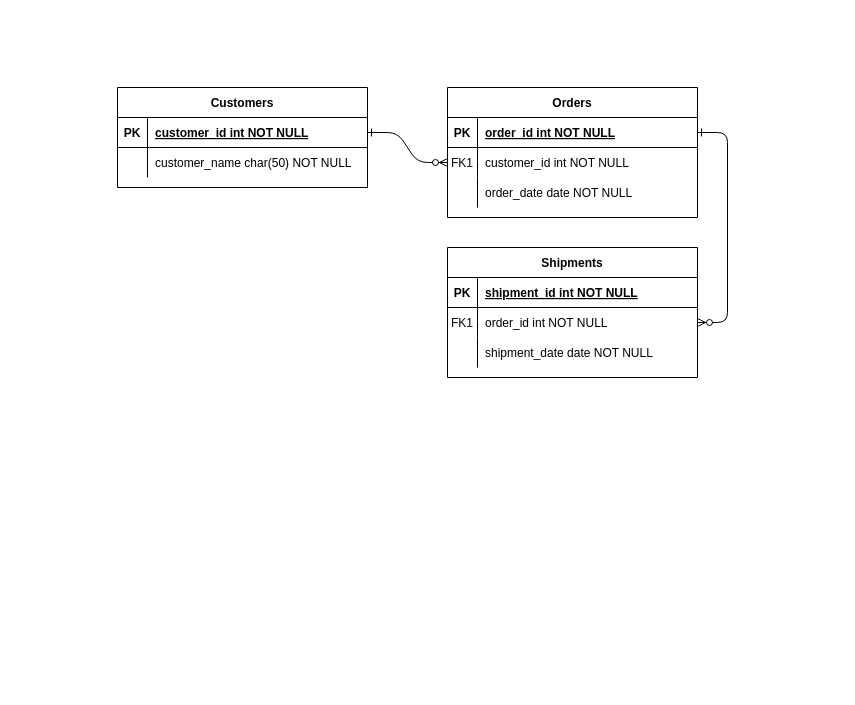
exco-consulting/XCM keeps this draw.io diagram as Untitled Diagram.drawio. Above is the earlier version. Source tidied: cells renumbered, new cells numbered last; positions are measured from the earlier drawing's top-left corner, leaving out a move shared by most shapes. Both pictures are drawn from the tidied source at 100%, with x=0, y=0 at pixel (117, 87).
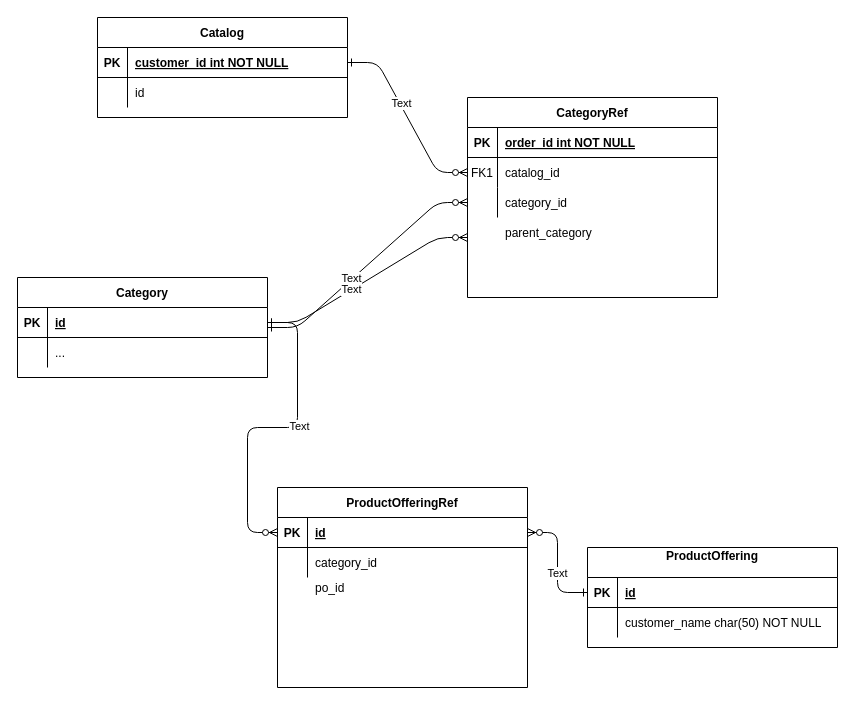
After the change.

Unchanged cells that the change refers to:
```xml
<mxCell id="2" style="edgeStyle=entityRelationEdgeStyle;endArrow=ERzeroToMany;startArrow=ERone;endFill=1;startFill=0;" parent="1" edge="1" source="25" target="8">
  <mxGeometry relative="1" as="geometry" />
</mxCell>
<mxCell id="5" style="shape=partialRectangle;fillColor=none;points=[[0,0.5],[1,0.5]];portConstraint=eastwest;top=0;left=0;right=0;bottom=1;" parent="4" vertex="1">
  <mxGeometry y="30" width="250" height="30" as="geometry" />
</mxCell>
<mxCell id="8" style="shape=partialRectangle;fillColor=none;points=[[0,0.5],[1,0.5]];portConstraint=eastwest;top=0;left=0;right=0;bottom=0;" parent="4" vertex="1">
  <mxGeometry y="60" width="250" height="30" as="geometry" />
</mxCell>
<mxCell id="11" style="shape=partialRectangle;fillColor=none;points=[[0,0.5],[1,0.5]];portConstraint=eastwest;top=0;left=0;right=0;bottom=0;" parent="4" vertex="1">
  <mxGeometry y="90" width="250" height="30" as="geometry" />
</mxCell>
<mxCell id="28" style="shape=partialRectangle;fillColor=none;top=0;left=0;right=0;bottom=0;" parent="24" vertex="1">
  <mxGeometry y="60" width="250" height="30" as="geometry" />
</mxCell>
```

Change to the diagram source:
```diff
@@
-    <mxCell id="3" style="edgeStyle=entityRelationEdgeStyle;endArrow=ERzeroToMany;startArrow=ERone;endFill=1;startFill=0;" parent="1" edge="1" source="5" target="18">
-      <mxGeometry relative="1" as="geometry" />
-    </mxCell>
+    <mxCell id="31" value="Text" style="edgeLabel;html=1;align=center;verticalAlign=middle;" parent="2" vertex="1">
+      <mxGeometry x="-0.17" y="1" relative="1" as="geometry" />
+    </mxCell>
-    <mxCell id="4" value="Orders" style="shape=table;startSize=30;childLayout=tableLayout;rowLines=0;fontStyle=1;align=center;" parent="1" vertex="1">
-      <mxGeometry x="330" width="250" height="130" as="geometry" />
+    <mxCell id="4" value="CategoryRef" style="shape=table;startSize=30;childLayout=tableLayout;rowLines=0;fontStyle=1;align=center;" parent="1" vertex="1">
+      <mxGeometry x="350" y="10" width="250" height="200" as="geometry" />
     </mxCell>
@@
-    <mxCell id="10" value="customer_id int NOT NULL" style="shape=partialRectangle;overflow=hidden;fillColor=none;top=0;left=0;bottom=0;right=0;align=left;spacingLeft=6;" parent="8" vertex="1">
+    <mxCell id="10" value="catalog_id" style="shape=partialRectangle;overflow=hidden;fillColor=none;top=0;left=0;bottom=0;right=0;align=left;spacingLeft=6;" parent="8" vertex="1">
       <mxGeometry x="30" width="220" height="30" as="geometry" />
     </mxCell>
@@
-    <mxCell id="13" value="order_date date NOT NULL" style="shape=partialRectangle;overflow=hidden;fillColor=none;top=0;left=0;bottom=0;right=0;align=left;spacingLeft=6;" parent="11" vertex="1">
+    <mxCell id="13" value="category_id" style="shape=partialRectangle;overflow=hidden;fillColor=none;top=0;left=0;bottom=0;right=0;align=left;spacingLeft=6;" parent="11" vertex="1">
       <mxGeometry x="30" width="220" height="30" as="geometry" />
     </mxCell>
-    <mxCell id="14" value="Shipments" style="shape=table;startSize=30;childLayout=tableLayout;rowLines=0;fontStyle=1;align=center;" parent="1" vertex="1">
-      <mxGeometry x="330" y="160" width="250" height="130" as="geometry" />
-    </mxCell>
-    <mxCell id="15" style="shape=partialRectangle;fillColor=none;top=0;left=0;right=0;bottom=1;" parent="14" vertex="1">
-      <mxGeometry y="30" width="250" height="30" as="geometry" />
-    </mxCell>
-    <mxCell id="16" value="PK" style="shape=partialRectangle;overflow=hidden;fillColor=none;top=0;left=0;bottom=0;right=0;fontStyle=1;" parent="15" vertex="1">
-      <mxGeometry width="30" height="30" as="geometry" />
-    </mxCell>
-    <mxCell id="17" value="shipment_id int NOT NULL " style="shape=partialRectangle;overflow=hidden;fillColor=none;top=0;left=0;bottom=0;right=0;align=left;spacingLeft=6;fontStyle=5;" parent="15" vertex="1">
-      <mxGeometry x="30" width="220" height="30" as="geometry" />
-    </mxCell>
-    <mxCell id="18" style="shape=partialRectangle;fillColor=none;points=[[0,0.5],[1,0.5]];portConstraint=eastwest;top=0;left=0;right=0;bottom=0;" parent="14" vertex="1">
-      <mxGeometry y="60" width="250" height="30" as="geometry" />
-    </mxCell>
-    <mxCell id="19" value="FK1" style="shape=partialRectangle;overflow=hidden;fillColor=none;top=0;left=0;bottom=0;right=0;" parent="18" vertex="1">
-      <mxGeometry width="30" height="30" as="geometry" />
-    </mxCell>
-    <mxCell id="20" value="order_id int NOT NULL" style="shape=partialRectangle;overflow=hidden;fillColor=none;top=0;left=0;bottom=0;right=0;align=left;spacingLeft=6;" parent="18" vertex="1">
-      <mxGeometry x="30" width="220" height="30" as="geometry" />
-    </mxCell>
-    <mxCell id="21" style="shape=partialRectangle;fillColor=none;top=0;left=0;right=0;bottom=0;" parent="14" vertex="1">
-      <mxGeometry y="90" width="250" height="30" as="geometry" />
-    </mxCell>
-    <mxCell id="22" style="shape=partialRectangle;overflow=hidden;fillColor=none;top=0;left=0;bottom=0;right=0;" parent="21" vertex="1">
-      <mxGeometry width="30" height="30" as="geometry" />
-    </mxCell>
-    <mxCell id="23" value="shipment_date date NOT NULL" style="shape=partialRectangle;overflow=hidden;fillColor=none;top=0;left=0;bottom=0;right=0;align=left;spacingLeft=6;" parent="21" vertex="1">
-      <mxGeometry x="30" width="220" height="30" as="geometry" />
-    </mxCell>
-    <mxCell id="24" value="Customers" style="shape=table;startSize=30;childLayout=tableLayout;rowLines=0;fontStyle=1;align=center;" parent="1" vertex="1">
-      <mxGeometry width="250" height="100" as="geometry" />
+    <mxCell id="24" value="Catalog" style="shape=table;startSize=30;childLayout=tableLayout;rowLines=0;fontStyle=1;align=center;" parent="1" vertex="1">
+      <mxGeometry x="-20" y="-70" width="250" height="100" as="geometry" />
     </mxCell>
@@
-    <mxCell id="30" value="customer_name char(50) NOT NULL" style="shape=partialRectangle;overflow=hidden;fillColor=none;top=0;left=0;bottom=0;right=0;align=left;spacingLeft=6;" parent="28" vertex="1">
+    <mxCell id="30" value="id" style="shape=partialRectangle;overflow=hidden;fillColor=none;top=0;left=0;bottom=0;right=0;align=left;spacingLeft=6;" parent="28" vertex="1">
       <mxGeometry x="30" width="220" height="30" as="geometry" />
     </mxCell>
+    <mxCell id="32" value="Category" style="shape=table;startSize=30;childLayout=tableLayout;rowLines=0;fontStyle=1;align=center;" parent="1" vertex="1">
+      <mxGeometry x="-100" y="190" width="250" height="100" as="geometry" />
+    </mxCell>
+    <mxCell id="33" style="shape=partialRectangle;fillColor=none;points=[[0,0.5],[1,0.5]];portConstraint=eastwest;top=0;left=0;right=0;bottom=1;" parent="32" vertex="1">
+      <mxGeometry y="30" width="250" height="30" as="geometry" />
+    </mxCell>
+    <mxCell id="34" value="PK" style="shape=partialRectangle;overflow=hidden;fillColor=none;top=0;left=0;bottom=0;right=0;fontStyle=1;" parent="33" vertex="1">
+      <mxGeometry width="30" height="30" as="geometry" />
+    </mxCell>
+    <mxCell id="35" value="id" style="shape=partialRectangle;overflow=hidden;fillColor=none;top=0;left=0;bottom=0;right=0;align=left;spacingLeft=6;fontStyle=5;" parent="33" vertex="1">
+      <mxGeometry x="30" width="220" height="30" as="geometry" />
+    </mxCell>
+    <mxCell id="36" style="shape=partialRectangle;fillColor=none;top=0;left=0;right=0;bottom=0;" parent="32" vertex="1">
+      <mxGeometry y="60" width="250" height="30" as="geometry" />
+    </mxCell>
+    <mxCell id="37" style="shape=partialRectangle;overflow=hidden;fillColor=none;top=0;left=0;bottom=0;right=0;" parent="36" vertex="1">
+      <mxGeometry width="30" height="30" as="geometry" />
+    </mxCell>
+    <mxCell id="38" value="..." style="shape=partialRectangle;overflow=hidden;fillColor=none;top=0;left=0;bottom=0;right=0;align=left;spacingLeft=6;" parent="36" vertex="1">
+      <mxGeometry x="30" width="220" height="30" as="geometry" />
+    </mxCell>
+    <mxCell id="39" value="ProductOffering&#10;" style="shape=table;startSize=30;childLayout=tableLayout;rowLines=0;fontStyle=1;align=center;" parent="1" vertex="1">
+      <mxGeometry x="470" y="460" width="250" height="100" as="geometry" />
+    </mxCell>
+    <mxCell id="40" style="shape=partialRectangle;fillColor=none;points=[[0,0.5],[1,0.5]];portConstraint=eastwest;top=0;left=0;right=0;bottom=1;" parent="39" vertex="1">
+      <mxGeometry y="30" width="250" height="30" as="geometry" />
+    </mxCell>
+    <mxCell id="41" value="PK" style="shape=partialRectangle;overflow=hidden;fillColor=none;top=0;left=0;bottom=0;right=0;fontStyle=1;" parent="40" vertex="1">
+      <mxGeometry width="30" height="30" as="geometry" />
+    </mxCell>
+    <mxCell id="42" value="id" style="shape=partialRectangle;overflow=hidden;fillColor=none;top=0;left=0;bottom=0;right=0;align=left;spacingLeft=6;fontStyle=5;" parent="40" vertex="1">
+      <mxGeometry x="30" width="220" height="30" as="geometry" />
+    </mxCell>
+    <mxCell id="43" style="shape=partialRectangle;fillColor=none;top=0;left=0;right=0;bottom=0;" parent="39" vertex="1">
+      <mxGeometry y="60" width="250" height="30" as="geometry" />
+    </mxCell>
+    <mxCell id="44" style="shape=partialRectangle;overflow=hidden;fillColor=none;top=0;left=0;bottom=0;right=0;" parent="43" vertex="1">
+      <mxGeometry width="30" height="30" as="geometry" />
+    </mxCell>
+    <mxCell id="45" value="customer_name char(50) NOT NULL" style="shape=partialRectangle;overflow=hidden;fillColor=none;top=0;left=0;bottom=0;right=0;align=left;spacingLeft=6;" parent="43" vertex="1">
+      <mxGeometry x="30" width="220" height="30" as="geometry" />
+    </mxCell>
+    <mxCell id="46" value="ProductOfferingRef" style="shape=table;startSize=30;childLayout=tableLayout;rowLines=0;fontStyle=1;align=center;" parent="1" vertex="1">
+      <mxGeometry x="160" y="400" width="250" height="200" as="geometry" />
+    </mxCell>
+    <mxCell id="47" style="shape=partialRectangle;fillColor=none;points=[[0,0.5],[1,0.5]];portConstraint=eastwest;top=0;left=0;right=0;bottom=1;" parent="46" vertex="1">
+      <mxGeometry y="30" width="250" height="30" as="geometry" />
+    </mxCell>
+    <mxCell id="48" value="PK" style="shape=partialRectangle;overflow=hidden;fillColor=none;top=0;left=0;bottom=0;right=0;fontStyle=1;" parent="47" vertex="1">
+      <mxGeometry width="30" height="30" as="geometry" />
+    </mxCell>
+    <mxCell id="49" value="id" style="shape=partialRectangle;overflow=hidden;fillColor=none;top=0;left=0;bottom=0;right=0;align=left;spacingLeft=6;fontStyle=5;" parent="47" vertex="1">
+      <mxGeometry x="30" width="220" height="30" as="geometry" />
+    </mxCell>
+    <mxCell id="50" style="shape=partialRectangle;fillColor=none;top=0;left=0;right=0;bottom=0;" parent="46" vertex="1">
+      <mxGeometry y="60" width="250" height="30" as="geometry" />
+    </mxCell>
+    <mxCell id="51" style="shape=partialRectangle;overflow=hidden;fillColor=none;top=0;left=0;bottom=0;right=0;" parent="50" vertex="1">
+      <mxGeometry width="30" height="30" as="geometry" />
+    </mxCell>
+    <mxCell id="52" value="category_id" style="shape=partialRectangle;overflow=hidden;fillColor=none;top=0;left=0;bottom=0;right=0;align=left;spacingLeft=6;" parent="50" vertex="1">
+      <mxGeometry x="30" width="220" height="30" as="geometry" />
+    </mxCell>
+    <mxCell id="53" style="edgeStyle=entityRelationEdgeStyle;endArrow=ERzeroToMany;startArrow=ERone;endFill=1;startFill=0;entryX=0;entryY=0.5;entryDx=0;entryDy=0;" parent="1" edge="1" source="32" target="11">
+      <mxGeometry relative="1" as="geometry" />
+    </mxCell>
+    <mxCell id="54" value="Text" style="edgeLabel;html=1;align=center;verticalAlign=middle;" parent="53" vertex="1">
+      <mxGeometry x="-0.17" y="1" relative="1" as="geometry" />
+    </mxCell>
+    <mxCell id="55" style="shape=partialRectangle;overflow=hidden;fillColor=none;top=0;left=0;bottom=0;right=0;" parent="1" vertex="1">
+      <mxGeometry x="350" y="130" width="30" height="30" as="geometry" />
+    </mxCell>
+    <mxCell id="56" value="parent_category" style="shape=partialRectangle;overflow=hidden;fillColor=none;top=0;left=0;bottom=0;right=0;align=left;spacingLeft=6;" parent="1" vertex="1">
+      <mxGeometry x="380" y="130" width="220" height="30" as="geometry" />
+    </mxCell>
+    <mxCell id="57" style="edgeStyle=entityRelationEdgeStyle;endArrow=ERzeroToMany;startArrow=ERone;endFill=1;startFill=0;exitX=1;exitY=0.5;exitDx=0;exitDy=0;" parent="1" edge="1" source="33">
+      <mxGeometry relative="1" as="geometry">
+        <mxPoint x="350" y="150" as="targetPoint" />
+      </mxGeometry>
+    </mxCell>
+    <mxCell id="58" value="Text" style="edgeLabel;html=1;align=center;verticalAlign=middle;" parent="57" vertex="1">
+      <mxGeometry x="-0.17" y="1" relative="1" as="geometry" />
+    </mxCell>
+    <mxCell id="59" value="po_id" style="shape=partialRectangle;overflow=hidden;fillColor=none;top=0;left=0;bottom=0;right=0;align=left;spacingLeft=6;" parent="1" vertex="1">
+      <mxGeometry x="190" y="485" width="210" height="30" as="geometry" />
+    </mxCell>
+    <mxCell id="60" style="edgeStyle=entityRelationEdgeStyle;endArrow=ERzeroToMany;startArrow=ERone;endFill=1;startFill=0;exitX=1;exitY=0.5;exitDx=0;exitDy=0;entryX=0;entryY=0.5;entryDx=0;entryDy=0;" parent="1" edge="1" source="33" target="47">
+      <mxGeometry relative="1" as="geometry">
+        <Array as="points">
+          <mxPoint x="-80" y="395" />
+        </Array>
+      </mxGeometry>
+    </mxCell>
+    <mxCell id="61" value="Text" style="edgeLabel;html=1;align=center;verticalAlign=middle;" parent="60" vertex="1">
+      <mxGeometry x="-0.17" y="1" relative="1" as="geometry" />
+    </mxCell>
+    <mxCell id="62" style="edgeStyle=entityRelationEdgeStyle;endArrow=ERzeroToMany;startArrow=ERone;endFill=1;startFill=0;exitX=0;exitY=0.5;exitDx=0;exitDy=0;" parent="1" edge="1" source="40" target="47">
+      <mxGeometry relative="1" as="geometry">
+        <Array as="points">
+          <mxPoint x="-70" y="405" />
+        </Array>
+      </mxGeometry>
+    </mxCell>
+    <mxCell id="63" value="Text" style="edgeLabel;html=1;align=center;verticalAlign=middle;" parent="62" vertex="1">
+      <mxGeometry x="-0.17" y="1" relative="1" as="geometry" />
+    </mxCell>
```
